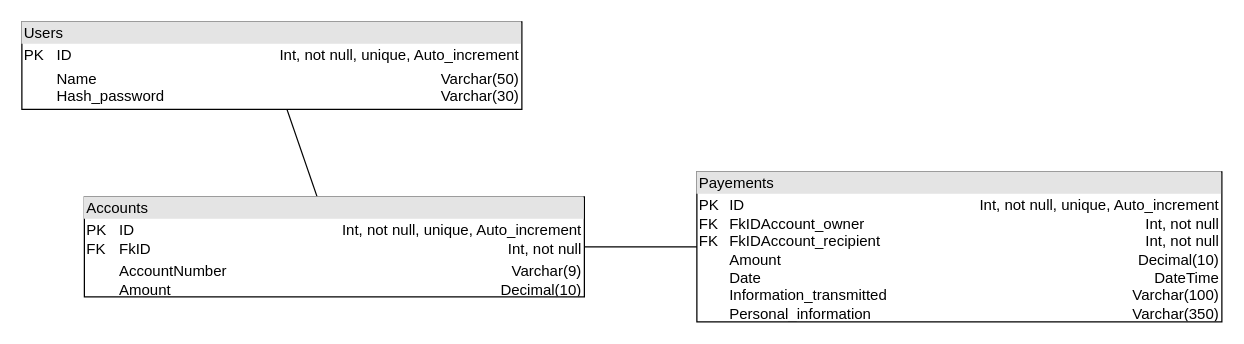
This is Documentation/MLD.drawio from Trobinsch/TPI_RSZ, a draw.io file, before an edit. Source tidied: cells renumbered, new cells numbered last; positions are measured from the earlier drawing's top-left corner, leaving out a move shared by most shapes. Both pictures are drawn from the tidied source at 125%, with x=0, y=0 at pixel (21, 21).
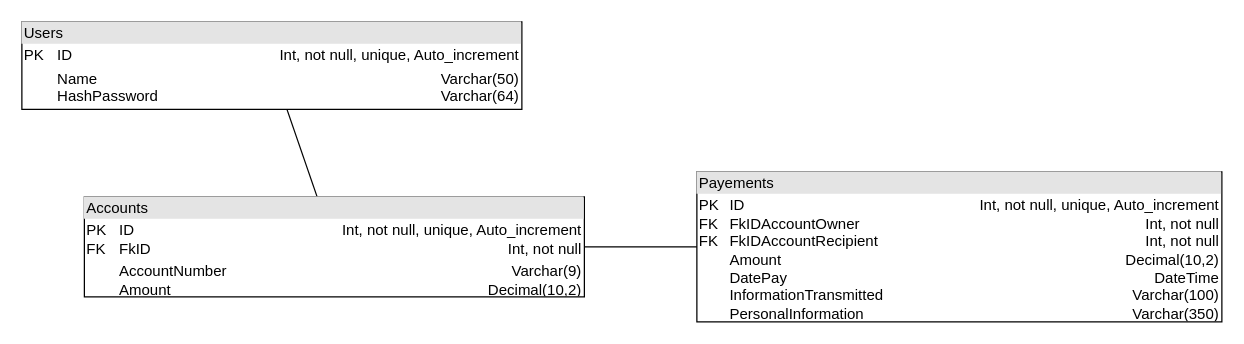
Above is the later version.

Diff of the diagram source:
```diff
@@
 <mxGraphModel>
   <root>
     <mxCell id="0" />
     <mxCell id="1" parent="0" />
-    <mxCell id="2" value="&lt;div style=&quot;box-sizing: border-box ; width: 100% ; background: #e4e4e4 ; padding: 2px&quot;&gt;Users&lt;/div&gt;&lt;table style=&quot;width: 100% ; font-size: 1em&quot; cellpadding=&quot;2&quot; cellspacing=&quot;0&quot;&gt;&lt;tbody&gt;&lt;tr&gt;&lt;td&gt;PK&lt;/td&gt;&lt;td&gt;ID&lt;/td&gt;&lt;td style=&quot;text-align: right&quot;&gt;Int, not null, unique, Auto_increment&lt;/td&gt;&lt;/tr&gt;&lt;tr&gt;&lt;td&gt;&lt;br&gt;&lt;/td&gt;&lt;td&gt;Name&lt;br&gt;Hash_password&lt;/td&gt;&lt;td style=&quot;text-align: right&quot;&gt;Varchar(50)&lt;br&gt;Varchar(30)&lt;/td&gt;&lt;/tr&gt;&lt;tr&gt;&lt;td&gt;&lt;/td&gt;&lt;td&gt;&lt;br&gt;&lt;/td&gt;&lt;td style=&quot;text-align: right&quot;&gt;&lt;br&gt;&lt;/td&gt;&lt;/tr&gt;&lt;/tbody&gt;&lt;/table&gt;" style="verticalAlign=top;align=left;overflow=fill;html=1;" parent="1" vertex="1">
+    <mxCell id="2" value="&lt;div style=&quot;box-sizing: border-box ; width: 100% ; background: #e4e4e4 ; padding: 2px&quot;&gt;Users&lt;/div&gt;&lt;table style=&quot;width: 100% ; font-size: 1em&quot; cellpadding=&quot;2&quot; cellspacing=&quot;0&quot;&gt;&lt;tbody&gt;&lt;tr&gt;&lt;td&gt;PK&lt;/td&gt;&lt;td&gt;ID&lt;/td&gt;&lt;td style=&quot;text-align: right&quot;&gt;Int, not null, unique, Auto_increment&lt;/td&gt;&lt;/tr&gt;&lt;tr&gt;&lt;td&gt;&lt;br&gt;&lt;/td&gt;&lt;td&gt;Name&lt;br&gt;HashPassword&lt;/td&gt;&lt;td style=&quot;text-align: right&quot;&gt;Varchar(50)&lt;br&gt;Varchar(64)&lt;/td&gt;&lt;/tr&gt;&lt;tr&gt;&lt;td&gt;&lt;/td&gt;&lt;td&gt;&lt;br&gt;&lt;/td&gt;&lt;td style=&quot;text-align: right&quot;&gt;&lt;br&gt;&lt;/td&gt;&lt;/tr&gt;&lt;/tbody&gt;&lt;/table&gt;" style="verticalAlign=top;align=left;overflow=fill;html=1;" parent="1" vertex="1">
       <mxGeometry width="400" height="70" as="geometry" />
     </mxCell>
-    <mxCell id="3" value="&lt;div style=&quot;box-sizing: border-box ; width: 100% ; background: #e4e4e4 ; padding: 2px&quot;&gt;Payements&lt;/div&gt;&lt;table style=&quot;width: 100% ; font-size: 1em&quot; cellpadding=&quot;2&quot; cellspacing=&quot;0&quot;&gt;&lt;tbody&gt;&lt;tr&gt;&lt;td&gt;PK&lt;br&gt;FK&lt;br&gt;FK&lt;br&gt;&lt;br&gt;&lt;br&gt;&lt;br&gt;&lt;br&gt;&lt;/td&gt;&lt;td&gt;ID&lt;br&gt;FkIDAccount_owner&lt;br&gt;FkIDAccount_recipient&lt;br&gt;Amount&lt;br&gt;Date&lt;br&gt;Information_transmitted&lt;br&gt;Personal_information&lt;/td&gt;&lt;td style=&quot;text-align: right&quot;&gt;Int, not null, unique, Auto_increment&lt;br&gt;Int, not null&lt;br&gt;Int, not null&lt;br&gt;Decimal(10)&lt;br&gt;DateTime&lt;br&gt;Varchar(100)&lt;br&gt;Varchar(350)&lt;/td&gt;&lt;/tr&gt;&lt;tr&gt;&lt;td&gt;&lt;br&gt;&lt;br&gt;&lt;br&gt;&lt;/td&gt;&lt;td&gt;&lt;br&gt;&lt;/td&gt;&lt;td style=&quot;text-align: right&quot;&gt;&lt;br&gt;&lt;/td&gt;&lt;/tr&gt;&lt;tr&gt;&lt;td&gt;&lt;/td&gt;&lt;td&gt;&lt;br&gt;&lt;/td&gt;&lt;td&gt;&lt;div style=&quot;text-align: right&quot;&gt;&lt;br&gt;&lt;/div&gt;&lt;/td&gt;&lt;/tr&gt;&lt;/tbody&gt;&lt;/table&gt;" style="verticalAlign=top;align=left;overflow=fill;html=1;" parent="1" vertex="1">
+    <mxCell id="3" value="&lt;div style=&quot;box-sizing: border-box ; width: 100% ; background: #e4e4e4 ; padding: 2px&quot;&gt;Payements&lt;/div&gt;&lt;table style=&quot;width: 100% ; font-size: 1em&quot; cellpadding=&quot;2&quot; cellspacing=&quot;0&quot;&gt;&lt;tbody&gt;&lt;tr&gt;&lt;td&gt;PK&lt;br&gt;FK&lt;br&gt;FK&lt;br&gt;&lt;br&gt;&lt;br&gt;&lt;br&gt;&lt;br&gt;&lt;/td&gt;&lt;td&gt;ID&lt;br&gt;FkIDAccountOwner&lt;br&gt;FkIDAccountRecipient&lt;br&gt;Amount&lt;br&gt;DatePay&lt;br&gt;InformationTransmitted&lt;br&gt;PersonalInformation&lt;/td&gt;&lt;td style=&quot;text-align: right&quot;&gt;Int, not null, unique, Auto_increment&lt;br&gt;Int, not null&lt;br&gt;Int, not null&lt;br&gt;Decimal(10,2)&lt;br&gt;DateTime&lt;br&gt;Varchar(100)&lt;br&gt;Varchar(350)&lt;/td&gt;&lt;/tr&gt;&lt;tr&gt;&lt;td&gt;&lt;br&gt;&lt;br&gt;&lt;br&gt;&lt;/td&gt;&lt;td&gt;&lt;br&gt;&lt;/td&gt;&lt;td style=&quot;text-align: right&quot;&gt;&lt;br&gt;&lt;/td&gt;&lt;/tr&gt;&lt;tr&gt;&lt;td&gt;&lt;/td&gt;&lt;td&gt;&lt;br&gt;&lt;/td&gt;&lt;td&gt;&lt;div style=&quot;text-align: right&quot;&gt;&lt;br&gt;&lt;/div&gt;&lt;/td&gt;&lt;/tr&gt;&lt;/tbody&gt;&lt;/table&gt;" style="verticalAlign=top;align=left;overflow=fill;html=1;" parent="1" vertex="1">
       <mxGeometry x="540" y="120" width="420" height="120" as="geometry" />
     </mxCell>
     <mxCell id="4" style="endArrow=none;html=1;" parent="1" edge="1" source="2" target="5">
       <mxGeometry relative="1" as="geometry" />
     </mxCell>
-    <mxCell id="5" value="&lt;div style=&quot;box-sizing: border-box ; width: 100% ; background: #e4e4e4 ; padding: 2px&quot;&gt;Accounts&lt;/div&gt;&lt;table style=&quot;width: 100% ; font-size: 1em&quot; cellpadding=&quot;2&quot; cellspacing=&quot;0&quot;&gt;&lt;tbody&gt;&lt;tr&gt;&lt;td&gt;PK&lt;br&gt;FK&lt;/td&gt;&lt;td&gt;ID&lt;br&gt;FkID&lt;/td&gt;&lt;td style=&quot;text-align: right&quot;&gt;Int, not null, unique, Auto_increment&lt;br&gt;Int, not null&lt;/td&gt;&lt;/tr&gt;&lt;tr&gt;&lt;td&gt;&lt;br&gt;&lt;/td&gt;&lt;td&gt;AccountNumber&lt;br&gt;Amount&lt;/td&gt;&lt;td style=&quot;text-align: right&quot;&gt;Varchar(9)&lt;br&gt;Decimal(10)&lt;/td&gt;&lt;/tr&gt;&lt;tr&gt;&lt;td&gt;&lt;/td&gt;&lt;td&gt;&lt;br&gt;&lt;/td&gt;&lt;td style=&quot;text-align: right&quot;&gt;&lt;br&gt;&lt;/td&gt;&lt;/tr&gt;&lt;/tbody&gt;&lt;/table&gt;" style="verticalAlign=top;align=left;overflow=fill;html=1;" parent="1" vertex="1">
+    <mxCell id="5" value="&lt;div style=&quot;box-sizing: border-box ; width: 100% ; background: #e4e4e4 ; padding: 2px&quot;&gt;Accounts&lt;/div&gt;&lt;table style=&quot;width: 100% ; font-size: 1em&quot; cellpadding=&quot;2&quot; cellspacing=&quot;0&quot;&gt;&lt;tbody&gt;&lt;tr&gt;&lt;td&gt;PK&lt;br&gt;FK&lt;/td&gt;&lt;td&gt;ID&lt;br&gt;FkID&lt;/td&gt;&lt;td style=&quot;text-align: right&quot;&gt;Int, not null, unique, Auto_increment&lt;br&gt;Int, not null&lt;/td&gt;&lt;/tr&gt;&lt;tr&gt;&lt;td&gt;&lt;br&gt;&lt;/td&gt;&lt;td&gt;AccountNumber&lt;br&gt;Amount&lt;/td&gt;&lt;td style=&quot;text-align: right&quot;&gt;Varchar(9)&lt;br&gt;Decimal(10,2)&lt;/td&gt;&lt;/tr&gt;&lt;tr&gt;&lt;td&gt;&lt;/td&gt;&lt;td&gt;&lt;br&gt;&lt;/td&gt;&lt;td style=&quot;text-align: right&quot;&gt;&lt;br&gt;&lt;/td&gt;&lt;/tr&gt;&lt;/tbody&gt;&lt;/table&gt;" style="verticalAlign=top;align=left;overflow=fill;html=1;" parent="1" vertex="1">
       <mxGeometry x="50" y="140" width="400" height="80" as="geometry" />
     </mxCell>
     <mxCell id="6" style="endArrow=none;html=1;" parent="1" edge="1" source="5" target="3">
       <mxGeometry relative="1" as="geometry" />
     </mxCell>
   </root>
 </mxGraphModel>
```
